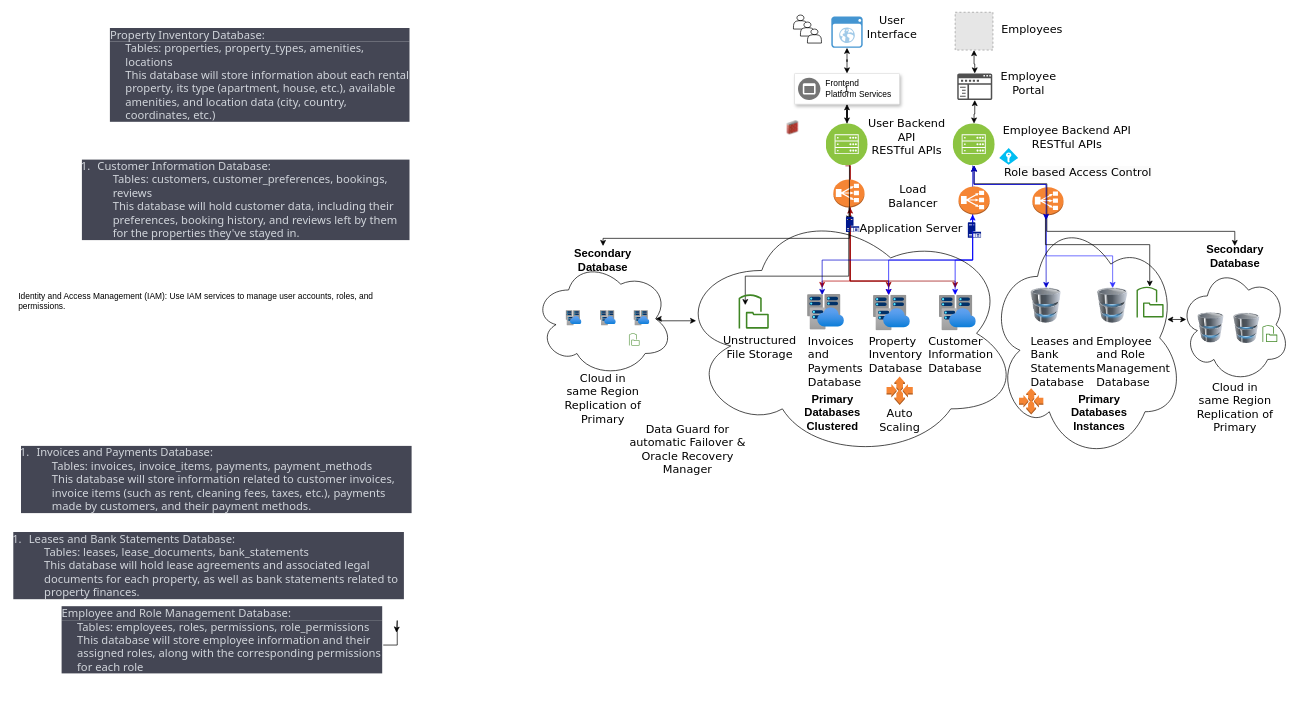
Before: Unbenanntes Diagramm.drawio in SebastianVie/my-first-repo, a draw.io diagram. Source tidied: cells renumbered, new cells numbered last; positions are measured from the earlier drawing's top-left corner, leaving out a move shared by most shapes. Both pictures are drawn from the tidied source at 70%, with x=0, y=0 at pixel (12, 12). Pictures stored in the file or linked from it are replaced by grey dashed boxes.
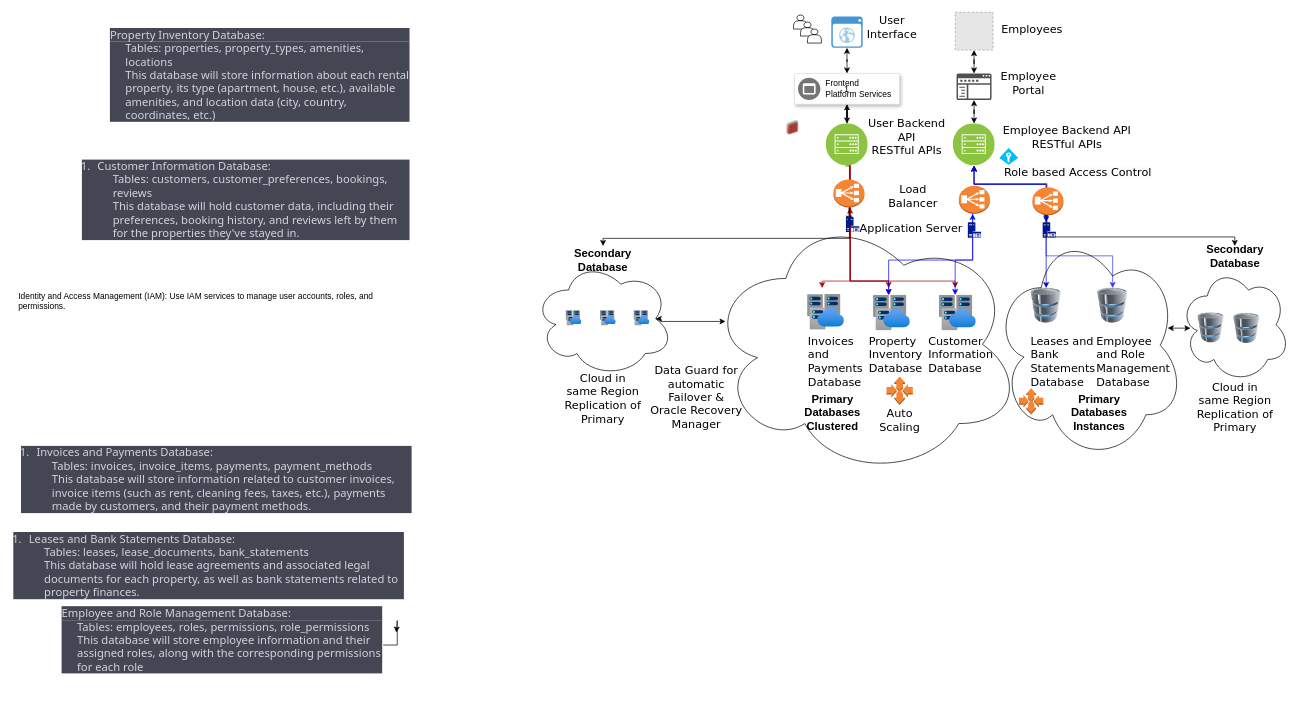
Above is the later version.

Unchanged cells that the change refers to:
```xml
<mxCell id="27" style="image;html=1;image=img/lib/clip_art/computers/Database_128x128.png;" parent="1" vertex="1">
  <mxGeometry x="1447" y="394" width="60" height="50" as="geometry" />
</mxCell>
<mxCell id="37" style="perimeter=ellipsePerimeter;html=1;align=center;shadow=0;dashed=0;fontColor=#4277BB;labelBackgroundColor=#ffffff;fontSize=12;spacingTop=3;image;image=img/lib/ibm/infrastructure/mobile_backend.svg;" parent="1" vertex="1">
  <mxGeometry x="1344" y="159" width="60" height="60" as="geometry" />
</mxCell>
<mxCell id="47" style="ellipse;shape=cloud;whiteSpace=wrap;html=1;fillColor=none;" parent="1" vertex="1">
  <mxGeometry x="745" y="355.5" width="199" height="165" as="geometry" />
</mxCell>
<mxCell id="75" style="ellipse;shape=cloud;whiteSpace=wrap;html=1;fillColor=none;" parent="1" vertex="1">
  <mxGeometry x="1668" y="364" width="157" height="165" as="geometry" />
</mxCell>
<mxCell id="78" value="&lt;b&gt;&lt;font style=&quot;font-size: 16px;&quot;&gt;Secondary Database&lt;/font&gt;&lt;/b&gt;" style="text;html=1;strokeColor=none;fillColor=none;align=center;verticalAlign=middle;whiteSpace=wrap;rounded=0;" parent="1" vertex="1">
  <mxGeometry x="1716.5" y="334" width="60" height="30" as="geometry" />
</mxCell>
<mxCell id="90" style="sketch=0;shadow=0;dashed=0;html=1;strokeColor=none;labelPosition=center;verticalLabelPosition=bottom;verticalAlign=top;align=center;fillColor=#00188D;shape=mxgraph.mscae.enterprise.application_server;fontSize=16;" parent="1" vertex="1">
  <mxGeometry x="1191" y="292" width="18.9" height="22" as="geometry" />
</mxCell>
```

Change to the diagram source:
```diff
@@
     <mxCell id="30" style="sketch=0;shadow=0;dashed=0;html=1;strokeColor=none;labelPosition=center;verticalLabelPosition=bottom;verticalAlign=top;align=center;fillColor=#505050;shape=mxgraph.mscae.intune.company_portal;" parent="1" vertex="1">
-      <mxGeometry x="1350" y="87.4" width="50" height="38" as="geometry" />
+      <mxGeometry x="1349" y="87.4" width="50" height="38" as="geometry" />
     </mxCell>
@@
-    <mxCell id="33" style="edgeStyle=orthogonalEdgeStyle;rounded=0;jettySize=auto;html=1;entryX=0.5;entryY=0;entryDx=0;entryDy=0;strokeColor=#0000CC;" parent="1" edge="1" source="37">
-      <mxGeometry relative="1" as="geometry">
-        <mxPoint x="1157" y="404" as="targetPoint" />
-        <Array as="points">
-          <mxPoint x="1372" y="354" />
-          <mxPoint x="1157" y="354" />
-        </Array>
-      </mxGeometry>
-    </mxCell>
@@
-    <mxCell id="36" style="edgeStyle=orthogonalEdgeStyle;rounded=0;jettySize=auto;html=1;entryX=0.5;entryY=0;entryDx=0;entryDy=0;fillColor=#e1d5e7;strokeColor=#0000CC;startArrow=classic;startFill=1;" parent="1" edge="1" target="27">
+    <mxCell id="36" style="edgeStyle=orthogonalEdgeStyle;rounded=0;jettySize=auto;html=1;entryX=0.5;entryY=0;entryDx=0;entryDy=0;fillColor=#e1d5e7;strokeColor=#0000CC;startArrow=classic;startFill=1;" parent="1" edge="1" source="92" target="27">
       <mxGeometry relative="1" as="geometry">
-        <mxPoint x="1476.9" y="296.5" as="sourcePoint" />
         <Array as="points">
           <mxPoint x="1477" y="266" />
           <mxPoint x="1477" y="266" />
         </Array>
       </mxGeometry>
     </mxCell>
@@
-    <mxCell id="44" value="Unstructured File Storage" style="text;html=1;strokeColor=none;fillColor=none;align=center;verticalAlign=middle;whiteSpace=wrap;rounded=0;fontSize=16;fontFamily=Verdana;" parent="1" vertex="1">
-      <mxGeometry x="1037.5" y="464" width="60" height="30" as="geometry" />
-    </mxCell>
     <mxCell id="45" style="ellipse;shape=cloud;whiteSpace=wrap;html=1;fillColor=none;" parent="1" vertex="1">
-      <mxGeometry x="948" y="279" width="491" height="359.5" as="geometry" />
+      <mxGeometry x="993" y="286" width="449" height="377" as="geometry" />
     </mxCell>
-    <mxCell id="46" style="edgeStyle=orthogonalEdgeStyle;rounded=0;jettySize=auto;html=1;exitX=0.875;exitY=0.5;exitDx=0;exitDy=0;exitPerimeter=0;startArrow=classic;startFill=1;entryX=0.059;entryY=0.45;entryDx=0;entryDy=0;entryPerimeter=0;" parent="1" edge="1" source="47" target="45">
+    <mxCell id="46" style="edgeStyle=orthogonalEdgeStyle;rounded=0;jettySize=auto;html=1;exitX=0.875;exitY=0.5;exitDx=0;exitDy=0;exitPerimeter=0;startArrow=classic;startFill=1;entryX=0.058;entryY=0.413;entryDx=0;entryDy=0;entryPerimeter=0;" parent="1" edge="1" source="47" target="45">
       <mxGeometry relative="1" as="geometry">
         <Array as="points">
           <mxPoint x="927" y="438" />
-          <mxPoint x="927" y="441" />
+          <mxPoint x="927" y="442" />
         </Array>
       </mxGeometry>
     </mxCell>
@@
     <mxCell id="50" value="Data Guard for automatic Failover &amp;amp; Oracle Recovery Manager" style="text;html=1;strokeColor=none;fillColor=none;align=center;verticalAlign=middle;whiteSpace=wrap;rounded=0;fontSize=16;fontFamily=Verdana;" parent="1" vertex="1">
-      <mxGeometry x="881" y="608.5" width="168" height="30" as="geometry" />
+      <mxGeometry x="910" y="534" width="135" height="31.5" as="geometry" />
     </mxCell>
@@
-    <mxCell id="55" style="outlineConnect=0;dashed=0;verticalLabelPosition=bottom;verticalAlign=top;align=center;html=1;shape=mxgraph.aws3.classic_load_balancer;fillColor=#F58534;gradientColor=none;" parent="1" vertex="1">
-      <mxGeometry x="1173" y="239" width="44.5" height="40" as="geometry" />
-    </mxCell>
@@
     <mxCell id="57" style="outlineConnect=0;dashed=0;verticalLabelPosition=bottom;verticalAlign=top;align=center;html=1;shape=mxgraph.aws3.classic_load_balancer;fillColor=#F58534;gradientColor=none;" parent="1" vertex="1">
-      <mxGeometry x="1351.8" y="249" width="44.5" height="40" as="geometry" />
+      <mxGeometry x="1352.3" y="248" width="44.5" height="40" as="geometry" />
     </mxCell>
-    <mxCell id="58" style="sketch=0;shadow=0;dashed=0;html=1;strokeColor=none;labelPosition=center;verticalLabelPosition=bottom;verticalAlign=top;align=center;fillColor=#00188D;shape=mxgraph.mscae.enterprise.application_server;fontSize=16;" parent="1" vertex="1">
-      <mxGeometry x="1365.1" y="300" width="18.9" height="22" as="geometry" />
-    </mxCell>
@@
-    <mxCell id="62" style="edgeStyle=orthogonalEdgeStyle;rounded=0;jettySize=auto;html=1;" parent="1" edge="1" source="63" target="83">
-      <mxGeometry relative="1" as="geometry">
-        <Array as="points">
-          <mxPoint x="1476" y="332" />
-          <mxPoint x="1625" y="332" />
-        </Array>
-      </mxGeometry>
-    </mxCell>
-    <mxCell id="63" style="outlineConnect=0;dashed=0;verticalLabelPosition=bottom;verticalAlign=top;align=center;html=1;shape=mxgraph.aws3.classic_load_balancer;fillColor=#F58534;gradientColor=none;" parent="1" vertex="1">
-      <mxGeometry x="1457.3" y="250" width="44.5" height="40" as="geometry" />
-    </mxCell>
@@
-    <mxCell id="72" style="edgeStyle=orthogonalEdgeStyle;rounded=0;jettySize=auto;html=1;exitX=0.914;exitY=0.425;exitDx=0;exitDy=0;exitPerimeter=0;entryX=0.058;entryY=0.448;entryDx=0;entryDy=0;entryPerimeter=0;startArrow=classic;startFill=1;" parent="1" edge="1" source="73" target="75">
+    <mxCell id="72" style="edgeStyle=orthogonalEdgeStyle;rounded=0;jettySize=auto;html=1;exitX=0.914;exitY=0.425;exitDx=0;exitDy=0;exitPerimeter=0;entryX=0.097;entryY=0.526;entryDx=0;entryDy=0;entryPerimeter=0;startArrow=classic;startFill=1;" parent="1" edge="1" source="73" target="75">
       <mxGeometry relative="1" as="geometry" />
     </mxCell>
     <mxCell id="73" style="ellipse;shape=cloud;whiteSpace=wrap;html=1;fillColor=none;" parent="1" vertex="1">
-      <mxGeometry x="1395" y="289.5" width="279" height="351.5" as="geometry" />
+      <mxGeometry x="1402" y="311" width="272" height="330" as="geometry" />
     </mxCell>
@@
     <mxCell id="80" style="edgeStyle=orthogonalEdgeStyle;rounded=0;jettySize=auto;html=1;entryX=0.5;entryY=0;entryDx=0;entryDy=0;startArrow=classic;startFill=1;" parent="1" edge="1" source="37" target="78">
       <mxGeometry relative="1" as="geometry">
         <Array as="points">
           <mxPoint x="1374" y="245" />
           <mxPoint x="1478" y="245" />
-          <mxPoint x="1478" y="313" />
-          <mxPoint x="1747" y="313" />
+          <mxPoint x="1478" y="321" />
+          <mxPoint x="1747" y="321" />
         </Array>
       </mxGeometry>
     </mxCell>
@@
-    <mxCell id="83" style="sketch=0;outlineConnect=0;fontColor=#232F3E;gradientColor=none;fillColor=#3F8624;strokeColor=none;dashed=0;verticalLabelPosition=bottom;verticalAlign=top;align=center;html=1;fontSize=12;fontStyle=0;shape=mxgraph.aws4.file_gateway;" parent="1" vertex="1">
-      <mxGeometry x="1606" y="392" width="38.9" height="44" as="geometry" />
-    </mxCell>
-    <mxCell id="84" style="sketch=0;fontColor=#232F3E;gradientColor=none;fillColor=#3F8624;strokeColor=none;dashed=0;verticalLabelPosition=bottom;verticalAlign=top;align=center;html=1;fontSize=12;fontStyle=0;shape=mxgraph.aws4.file_gateway;" parent="1" vertex="1">
-      <mxGeometry x="881" y="459" width="15" height="17" as="geometry" />
-    </mxCell>
-    <mxCell id="85" style="sketch=0;fontColor=#232F3E;gradientColor=none;fillColor=#3F8624;strokeColor=none;dashed=0;verticalLabelPosition=bottom;verticalAlign=top;align=center;html=1;fontSize=12;fontStyle=0;shape=mxgraph.aws4.file_gateway;" parent="1" vertex="1">
-      <mxGeometry x="1786" y="447" width="21.2" height="24" as="geometry" />
-    </mxCell>
-    <mxCell id="86" style="edgeStyle=orthogonalEdgeStyle;rounded=0;jettySize=auto;html=1;entryX=0.221;entryY=0.313;entryDx=0;entryDy=0;entryPerimeter=0;" parent="1" edge="1" source="90" target="87">
-      <mxGeometry relative="1" as="geometry">
-        <Array as="points">
-          <mxPoint x="1195" y="377" />
-          <mxPoint x="1047" y="377" />
-        </Array>
-      </mxGeometry>
-    </mxCell>
-    <mxCell id="87" style="sketch=0;outlineConnect=0;fontColor=#232F3E;gradientColor=none;fillColor=#3F8624;strokeColor=none;dashed=0;verticalLabelPosition=bottom;verticalAlign=top;align=center;html=1;fontSize=12;fontStyle=0;shape=mxgraph.aws4.file_gateway;" parent="1" vertex="1">
-      <mxGeometry x="1037.5" y="403" width="43.4" height="49" as="geometry" />
-    </mxCell>
@@
+    <mxCell id="91" style="edgeStyle=orthogonalEdgeStyle;rounded=0;jettySize=auto;html=1;entryX=0.5;entryY=0;entryDx=0;entryDy=0;fillColor=#e1d5e7;strokeColor=#0000CC;startArrow=classic;startFill=1;" parent="1" edge="1" source="37">
+      <mxGeometry relative="1" as="geometry">
+        <mxPoint x="1477" y="296.5" as="targetPoint" />
+        <Array as="points">
+          <mxPoint x="1374" y="246" />
+          <mxPoint x="1477" y="246" />
+        </Array>
+      </mxGeometry>
+    </mxCell>
+    <mxCell id="63" style="outlineConnect=0;dashed=0;verticalLabelPosition=bottom;verticalAlign=top;align=center;html=1;shape=mxgraph.aws3.classic_load_balancer;fillColor=#F58534;gradientColor=none;" parent="1" vertex="1">
+      <mxGeometry x="1457.3" y="250" width="44.5" height="40" as="geometry" />
+    </mxCell>
+    <mxCell id="58" style="sketch=0;shadow=0;dashed=0;html=1;strokeColor=none;labelPosition=center;verticalLabelPosition=bottom;verticalAlign=top;align=center;fillColor=#00188D;shape=mxgraph.mscae.enterprise.application_server;fontSize=16;" parent="1" vertex="1">
+      <mxGeometry x="1365.1" y="300" width="18.9" height="22" as="geometry" />
+    </mxCell>
+    <mxCell id="92" style="sketch=0;shadow=0;dashed=0;html=1;strokeColor=none;labelPosition=center;verticalLabelPosition=bottom;verticalAlign=top;align=center;fillColor=#00188D;shape=mxgraph.mscae.enterprise.application_server;fontSize=16;" parent="1" vertex="1">
+      <mxGeometry x="1472" y="300" width="18.9" height="22" as="geometry" />
+    </mxCell>
@@
-    <mxCell id="91" style="edgeStyle=orthogonalEdgeStyle;rounded=0;jettySize=auto;html=1;entryX=0.5;entryY=0;entryDx=0;entryDy=0;fillColor=#e1d5e7;strokeColor=#0000CC;startArrow=classic;startFill=1;" parent="1" edge="1" source="37">
-      <mxGeometry relative="1" as="geometry">
-        <mxPoint x="1477" y="296.5" as="targetPoint" />
-        <Array as="points">
-          <mxPoint x="1374" y="246" />
-          <mxPoint x="1477" y="246" />
-        </Array>
-      </mxGeometry>
-    </mxCell>
+    <mxCell id="55" style="outlineConnect=0;dashed=0;verticalLabelPosition=bottom;verticalAlign=top;align=center;html=1;shape=mxgraph.aws3.classic_load_balancer;fillColor=#F58534;gradientColor=none;" parent="1" vertex="1">
+      <mxGeometry x="1173" y="239" width="44.5" height="40" as="geometry" />
+    </mxCell>
```
